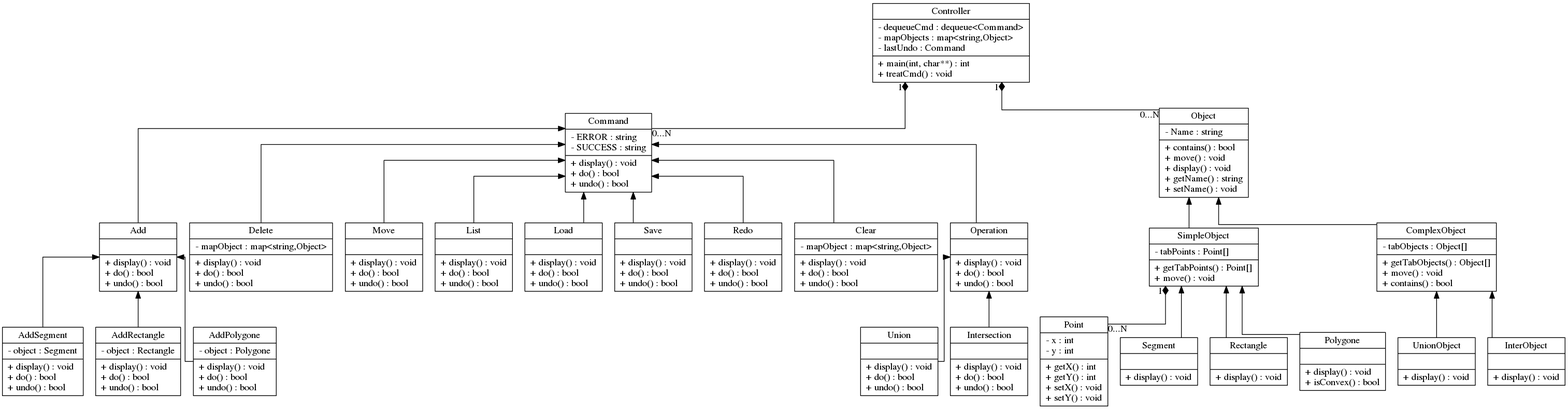
Above: C++/doc/uml/UML.png in nsorin/B3334_2016 (Graphviz), before the change. Its source is kept beside it as C++/doc/uml/UML.dot. Source of this version:
```dot
digraph UML
{
	splines=ortho
	rankdir=BT;

/*
* 								Classes
*
*/

	/*
	* 								Model
	*
	*/

	Point
	[
		label =
			"{Point|- x : int\l- y : int\l|+ getX() : int\l+ getY() : int\l+ setX() : void\l+ setY() : void\l}",
		shape=record
	]

	Object
	[
		label =
			"{Object|- Name : string\l|+ contains() : bool\l+ move() : void\l+ display() : void\l+ getName() : string\l+ setName() : void\l}",
		shape=record
	]

	SimpleObject
	[
		label =
			"{SimpleObject|- tabPoints : Point[]\l|+ getTabPoints() : Point[]\l+ move() : void\l}",
		shape=record
	]

    ComplexObject
	[
		label =
			"{ComplexObject|- tabObjects : Object[] \l|+ getTabObjects() : Object[]\l+ move() : void\l+ contains() : bool\l}",
		shape=record
	]

    Segment
	[
		label =
			"{Segment||+ display() : void\l}",
		shape=record
	]

	Rectangle
	[
		label =
			"{Rectangle||+ display() : void\l}",
		shape=record
	]

	Polygone
	[
		label =
			"{Polygone||+ display() : void\l+ isConvex() : bool\l}",
		shape=record
	]

	UnionObject
	[
		label =
			"{UnionObject||+ display() : void\l}",
		shape=record
	]

	InterObject
	[
		label =
			"{InterObject||+ display() : void\l}",
		shape=record
	]

	/*
	* 								Controller
	*
	*/

	Controller
	[
		label =
			"{Controller|- dequeueCmd : dequeue\<Command\>\l- mapObjects : map\<string,Object\>\l- lastUndo : Command\l|+ main(int, char**) : int\l+ treatCmd() : void\l}",
		shape=record
	]

	Command
	[
		label =
			"{Command|- ERROR : string\l- SUCCESS : string\l|+ display() : void\l+ do() : bool\l+ undo() : bool\l}",
		shape=record
	]

	Add
	[
		label =
			"{Add||+ display() : void\l+ do() : bool\l+ undo() : bool\l}",
		shape=record
	]

	AddSegment
	[
		label =
			"{AddSegment|- object : Segment|+ display() : void\l+ do() : bool\l+ undo() : bool\l}",
		shape=record
	]

	AddRectangle
	[
		label =
			"{AddRectangle|- object : Rectangle|+ display() : void\l+ do() : bool\l+ undo() : bool\l}",
		shape=record
	]

	AddPolygone
	[
		label =
			"{AddPolygone|- object : Polygone|+ display() : void\l+ do() : bool\l+ undo() : bool\l}",
		shape=record
	]

	Delete
	[
		label =
			"{Delete|- mapObject : map\<string,Object\>|+ display() : void\l+ do() : bool\l+ undo() : bool\l}",
		shape=record
	]

	Move
	[
		label =
			"{Move||+ display() : void\l+ do() : bool\l+ undo() : bool\l}",
		shape=record
	]

	List
	[
		label =
			"{List||+ display() : void\l+ do() : bool\l+ undo() : bool\l}",
		shape=record
	]

	Load
	[
		label =
			"{Load||+ display() : void\l+ do() : bool\l+ undo() : bool\l}",
		shape=record
	]

	Save
	[
		label =
			"{Save||+ display() : void\l+ do() : bool\l+ undo() : bool\l}",
		shape=record
	]

	Redo
	[
		label =
			"{Redo||+ display() : void\l+ do() : bool\l+ undo() : bool\l}",
		shape=record
	]

	Clear
	[
		label =
			"{Clear|- mapObject : map\<string,Object\>|+ display() : void\l+ do() : bool\l+ undo() : bool\l}",
		shape=record
	]

	Operation
	[
		label =
			"{Operation||+ display() : void\l+ do() : bool\l+ undo() : bool\l}",
		shape=record
	]

	Union
	[
		label =
			"{Union||+ display() : void\l+ do() : bool\l+ undo() : bool\l}",
		shape=record
	]

	Intersection
	[
		label =
			"{Intersection||+ display() : void\l+ do() : bool\l+ undo() : bool\l}",
		shape=record
	]
/*
* 						Links between classes
*
*/

	/*
	* 								Model
	*
	*/

	Point -> SimpleObject
	[
		arrowhead=diamond,
		taillabel="0...N",
		headlabel="1 "
	]

	SimpleObject -> Object
	[
		arrowhead=normal,
	]

	ComplexObject -> Object
	[
		arrowhead=normal,
	]

	Segment -> SimpleObject
	[
		arrowhead=normal,
	]

	Rectangle -> SimpleObject
	[
		arrowhead=normal,
	]

	Polygone -> SimpleObject
	[
		arrowhead=normal,
	]

	UnionObject -> ComplexObject
	[
		arrowhead=normal,
	]

	InterObject -> ComplexObject
	[
		arrowhead=normal,
	]

	/*
	* 								Controller
	*
	*/

	Object -> Controller
	[
		arrowhead=diamond,
		taillabel="0...N",
		headlabel="1 "
	]

	Command -> Controller
	[
		arrowhead=diamond,
		taillabel="0...N",
		headlabel="1 "
	]

	Add -> Command
	[
		arrowhead=normal,
	]

	AddSegment -> Add
	[
		arrowhead=normal,
	]

	AddPolygone -> Add
	[
		arrowhead=normal,
	]

	AddRectangle -> Add
	[
		arrowhead=normal,
	]

	Operation -> Command
	[
		arrowhead=normal,
	]

	Union -> Operation
	[
		arrowhead=normal,
	]

	Intersection -> Operation
	[
		arrowhead=normal,
	]

	Delete -> Command
	[
		arrowhead=normal,
	]

	Move -> Command
	[
		arrowhead=normal,
	]

	List -> Command
	[
		arrowhead=normal,
	]

	Save -> Command
	[
		arrowhead=normal,
	]

	Load -> Command
	[
		arrowhead=normal,
	]

	Clear -> Command
	[
		arrowhead=normal,
	]

	Redo -> Command
	[
		arrowhead=normal,
	]

/*	Cibles -> Application
	[
		arrowhead=diamond,
		taillabel=1,
		headlabel="1 "
	]

	LecteurFichier -> Application
	[
		arrowhead=diamond,
		taillabel=1,
		headlabel="1 "
	]

	GraphCreateur -> Application
	[
		arrowhead=open,
		taillabel=1,
		headlabel="1 "
	]

	Cibles -> LecteurFichier
	[
		arrowhead=odiamond,
		taillabel=1,
		headlabel="1 "
	]

	Log -> LecteurFichier
	[
		arrowhead=diamond,
		taillabel=1,
		headlabel="1 "
	]

	Options -> GraphCreateur
	[
		arrowhead=odiamond,
		taillabel=1,
		headlabel="1 "
	]

	Cibles -> GraphCreateur
	[
		arrowhead=odiamond,
		taillabel=1,
		headlabel="1 "
	]

	Log -> Cibles
	[
		arrowhead=odiamond,
		taillabel=1,
		headlabel="1 "
	]

	Options -> Cibles
	[
		arrowhead=diamond,
		taillabel=1,
		headlabel="1 "
	]

	Referents -> Cibles
	[
		arrowhead=diamond,
		taillabel="1..N ",
		headlabel="1 "
	]

	*/
}
```
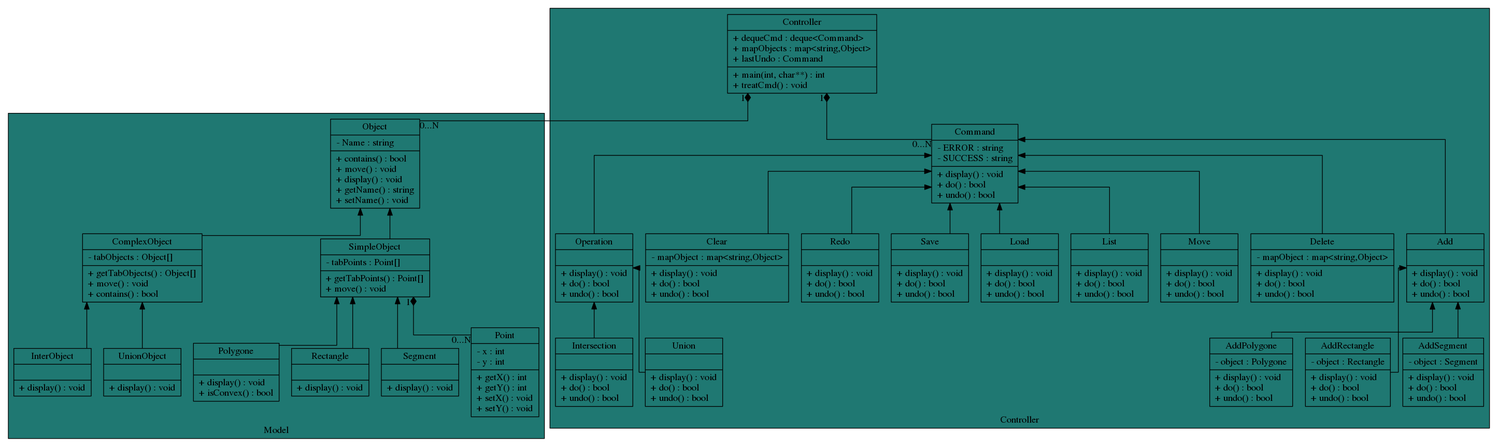
The same diagram one commit later.

Change to the diagram source:
```diff
@@ -13,185 +13,193 @@
 	*
 	*/
 
-	Point
-	[
-		label =
-			"{Point|- x : int\l- y : int\l|+ getX() : int\l+ getY() : int\l+ setX() : void\l+ setY() : void\l}",
-		shape=record
-	]
+	subgraph cluster_Model {
+		label="Model";
+		style=filled;
+		bgcolor="#1F7872";
+		Point
+		[
+			label =
+				"{Point|- x : int\l- y : int\l|+ getX() : int\l+ getY() : int\l+ setX() : void\l+ setY() : void\l}",
+			shape=record
+		];
 
-	Object
-	[
-		label =
-			"{Object|- Name : string\l|+ contains() : bool\l+ move() : void\l+ display() : void\l+ getName() : string\l+ setName() : void\l}",
-		shape=record
-	]
+		Object
+		[
+			label =
+				"{Object|- Name : string\l|+ contains() : bool\l+ move() : void\l+ display() : void\l+ getName() : string\l+ setName() : void\l}",
+			shape=record
+		];
 
-	SimpleObject
-	[
-		label =
-			"{SimpleObject|- tabPoints : Point[]\l|+ getTabPoints() : Point[]\l+ move() : void\l}",
-		shape=record
-	]
+		SimpleObject
+		[
+			label =
+				"{SimpleObject|- tabPoints : Point[]\l|+ getTabPoints() : Point[]\l+ move() : void\l}",
+			shape=record
+		];
 
-    ComplexObject
-	[
-		label =
-			"{ComplexObject|- tabObjects : Object[] \l|+ getTabObjects() : Object[]\l+ move() : void\l+ contains() : bool\l}",
-		shape=record
-	]
+	    ComplexObject
+		[
+			label =
+				"{ComplexObject|- tabObjects : Object[] \l|+ getTabObjects() : Object[]\l+ move() : void\l+ contains() : bool\l}",
+			shape=record
+		];
 
-    Segment
-	[
-		label =
-			"{Segment||+ display() : void\l}",
-		shape=record
-	]
+	    Segment
+		[
+			label =
+				"{Segment||+ display() : void\l}",
+			shape=record
+		];
 
-	Rectangle
-	[
-		label =
-			"{Rectangle||+ display() : void\l}",
-		shape=record
-	]
+		Rectangle
+		[
+			label =
+				"{Rectangle||+ display() : void\l}",
+			shape=record
+		];
 
-	Polygone
-	[
-		label =
-			"{Polygone||+ display() : void\l+ isConvex() : bool\l}",
-		shape=record
-	]
+		Polygone
+		[
+			label =
+				"{Polygone||+ display() : void\l+ isConvex() : bool\l}",
+			shape=record
+		];
 
-	UnionObject
-	[
-		label =
-			"{UnionObject||+ display() : void\l}",
-		shape=record
-	]
+		UnionObject
+		[
+			label =
+				"{UnionObject||+ display() : void\l}",
+			shape=record
+		];
 
-	InterObject
-	[
-		label =
-			"{InterObject||+ display() : void\l}",
-		shape=record
-	]
-
+		InterObject
+		[
+			label =
+				"{InterObject||+ display() : void\l}",
+			shape=record
+		];
+	}
 	/*
 	* 								Controller
 	*
 	*/
+	subgraph cluster_Controller {
+		label="Controller";
+		style=filled;
+		bgcolor="#1F7872";
+		Controller
+		[
+			label =
+				"{Controller|+ dequeCmd : deque\<Command\>\l+ mapObjects : map\<string,Object\>\l+ lastUndo : Command\l|+ main(int, char**) : int\l+ treatCmd() : void\l}",
+			shape=record
+		]
 
-	Controller
-	[
-		label =
-			"{Controller|- dequeueCmd : dequeue\<Command\>\l- mapObjects : map\<string,Object\>\l- lastUndo : Command\l|+ main(int, char**) : int\l+ treatCmd() : void\l}",
-		shape=record
-	]
+		Command
+		[
+			label =
+				"{Command|- ERROR : string\l- SUCCESS : string\l|+ display() : void\l+ do() : bool\l+ undo() : bool\l}",
+			shape=record
+		]
 
-	Command
-	[
-		label =
-			"{Command|- ERROR : string\l- SUCCESS : string\l|+ display() : void\l+ do() : bool\l+ undo() : bool\l}",
-		shape=record
-	]
+		Add
+		[
+			label =
+				"{Add||+ display() : void\l+ do() : bool\l+ undo() : bool\l}",
+			shape=record
+		]
 
-	Add
-	[
-		label =
-			"{Add||+ display() : void\l+ do() : bool\l+ undo() : bool\l}",
-		shape=record
-	]
+		AddSegment
+		[
+			label =
+				"{AddSegment|- object : Segment|+ display() : void\l+ do() : bool\l+ undo() : bool\l}",
+			shape=record
+		]
 
-	AddSegment
-	[
-		label =
-			"{AddSegment|- object : Segment|+ display() : void\l+ do() : bool\l+ undo() : bool\l}",
-		shape=record
-	]
+		AddRectangle
+		[
+			label =
+				"{AddRectangle|- object : Rectangle|+ display() : void\l+ do() : bool\l+ undo() : bool\l}",
+			shape=record
+		]
 
-	AddRectangle
-	[
-		label =
-			"{AddRectangle|- object : Rectangle|+ display() : void\l+ do() : bool\l+ undo() : bool\l}",
-		shape=record
-	]
+		AddPolygone
+		[
+			label =
+				"{AddPolygone|- object : Polygone|+ display() : void\l+ do() : bool\l+ undo() : bool\l}",
+			shape=record
+		]
 
-	AddPolygone
-	[
-		label =
-			"{AddPolygone|- object : Polygone|+ display() : void\l+ do() : bool\l+ undo() : bool\l}",
-		shape=record
-	]
+		Delete
+		[
+			label =
+				"{Delete|- mapObject : map\<string,Object\>|+ display() : void\l+ do() : bool\l+ undo() : bool\l}",
+			shape=record
+		]
 
-	Delete
-	[
-		label =
-			"{Delete|- mapObject : map\<string,Object\>|+ display() : void\l+ do() : bool\l+ undo() : bool\l}",
-		shape=record
-	]
+		Move
+		[
+			label =
+				"{Move||+ display() : void\l+ do() : bool\l+ undo() : bool\l}",
+			shape=record
+		]
 
-	Move
-	[
-		label =
-			"{Move||+ display() : void\l+ do() : bool\l+ undo() : bool\l}",
-		shape=record
-	]
+		List
+		[
+			label =
+				"{List||+ display() : void\l+ do() : bool\l+ undo() : bool\l}",
+			shape=record
+		]
 
-	List
-	[
-		label =
-			"{List||+ display() : void\l+ do() : bool\l+ undo() : bool\l}",
-		shape=record
-	]
+		Load
+		[
+			label =
+				"{Load||+ display() : void\l+ do() : bool\l+ undo() : bool\l}",
+			shape=record
+		]
 
-	Load
-	[
-		label =
-			"{Load||+ display() : void\l+ do() : bool\l+ undo() : bool\l}",
-		shape=record
-	]
+		Save
+		[
+			label =
+				"{Save||+ display() : void\l+ do() : bool\l+ undo() : bool\l}",
+			shape=record
+		]
 
-	Save
-	[
-		label =
-			"{Save||+ display() : void\l+ do() : bool\l+ undo() : bool\l}",
-		shape=record
-	]
+		Redo
+		[
+			label =
+				"{Redo||+ display() : void\l+ do() : bool\l+ undo() : bool\l}",
+			shape=record
+		]
 
-	Redo
-	[
-		label =
-			"{Redo||+ display() : void\l+ do() : bool\l+ undo() : bool\l}",
-		shape=record
-	]
+		Clear
+		[
+			label =
+				"{Clear|- mapObject : map\<string,Object\>|+ display() : void\l+ do() : bool\l+ undo() : bool\l}",
+			shape=record
+		]
 
-	Clear
-	[
-		label =
-			"{Clear|- mapObject : map\<string,Object\>|+ display() : void\l+ do() : bool\l+ undo() : bool\l}",
-		shape=record
-	]
+		Operation
+		[
+			label =
+				"{Operation||+ display() : void\l+ do() : bool\l+ undo() : bool\l}",
+			shape=record
+		]
 
-	Operation
-	[
-		label =
-			"{Operation||+ display() : void\l+ do() : bool\l+ undo() : bool\l}",
-		shape=record
-	]
+		Union
+		[
+			label =
+				"{Union||+ display() : void\l+ do() : bool\l+ undo() : bool\l}",
+			shape=record
+		]
 
-	Union
-	[
-		label =
-			"{Union||+ display() : void\l+ do() : bool\l+ undo() : bool\l}",
-		shape=record
-	]
-
-	Intersection
-	[
-		label =
-			"{Intersection||+ display() : void\l+ do() : bool\l+ undo() : bool\l}",
-		shape=record
-	]
+		Intersection
+		[
+			label =
+				"{Intersection||+ display() : void\l+ do() : bool\l+ undo() : bool\l}",
+			shape=record
+		]
+	}
 /*
 * 						Links between classes
 *
@@ -333,75 +341,4 @@
 		arrowhead=normal,
 	]
 
-/*	Cibles -> Application
-	[
-		arrowhead=diamond,
-		taillabel=1,
-		headlabel="1 "
-	]
-
-	LecteurFichier -> Application
-	[
-		arrowhead=diamond,
-		taillabel=1,
-		headlabel="1 "
-	]
-
-	GraphCreateur -> Application
-	[
-		arrowhead=open,
-		taillabel=1,
-		headlabel="1 "
-	]
-
-	Cibles -> LecteurFichier
-	[
-		arrowhead=odiamond,
-		taillabel=1,
-		headlabel="1 "
-	]
-
-	Log -> LecteurFichier
-	[
-		arrowhead=diamond,
-		taillabel=1,
-		headlabel="1 "
-	]
-
-	Options -> GraphCreateur
-	[
-		arrowhead=odiamond,
-		taillabel=1,
-		headlabel="1 "
-	]
-
-	Cibles -> GraphCreateur
-	[
-		arrowhead=odiamond,
-		taillabel=1,
-		headlabel="1 "
-	]
-
-	Log -> Cibles
-	[
-		arrowhead=odiamond,
-		taillabel=1,
-		headlabel="1 "
-	]
-
-	Options -> Cibles
-	[
-		arrowhead=diamond,
-		taillabel=1,
-		headlabel="1 "
-	]
-
-	Referents -> Cibles
-	[
-		arrowhead=diamond,
-		taillabel="1..N ",
-		headlabel="1 "
-	]
-
-	*/
 }
```
